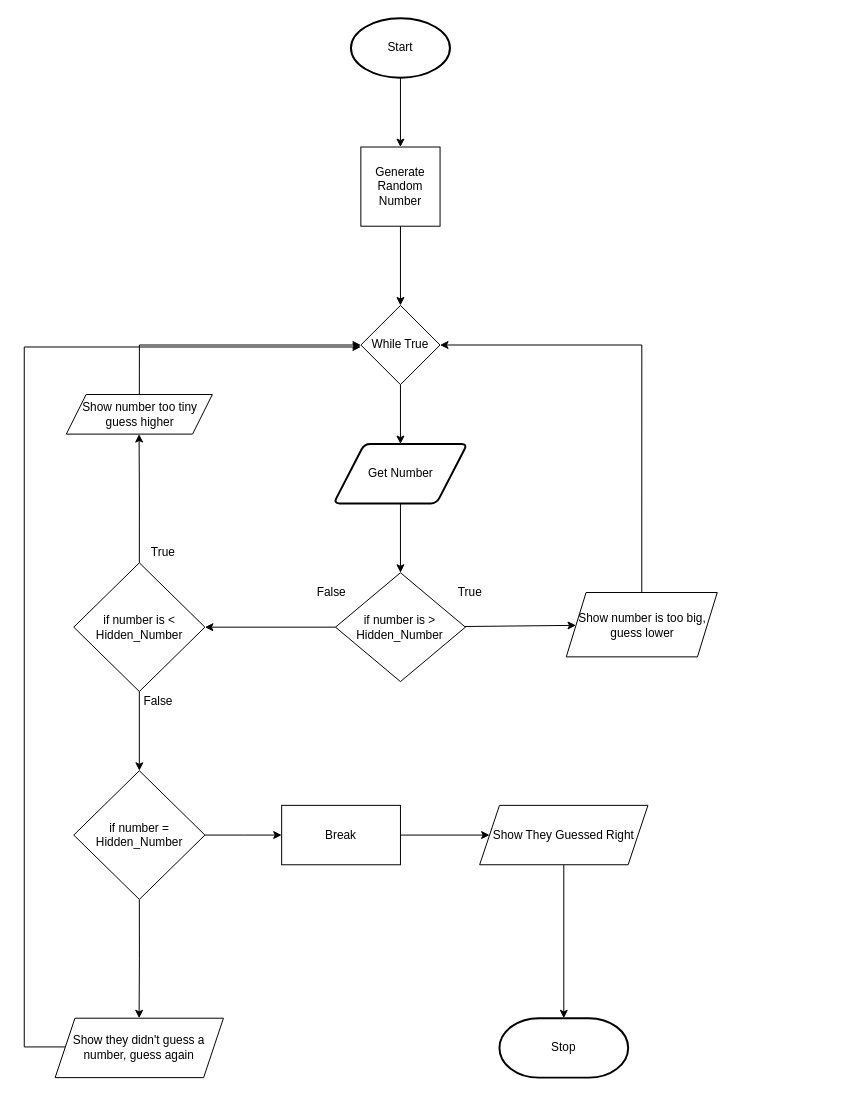
Earlier version of the draw.io diagram flowchart.drawio (Ethan-Prieur1/ICS3U-Unit4-04-Python). Source tidied: cells renumbered, new cells numbered last; positions are measured from the earlier drawing's top-left corner, leaving out a move shared by most shapes. Both pictures are drawn from the tidied source at 99%, with x=0, y=0 at pixel (24, 18).
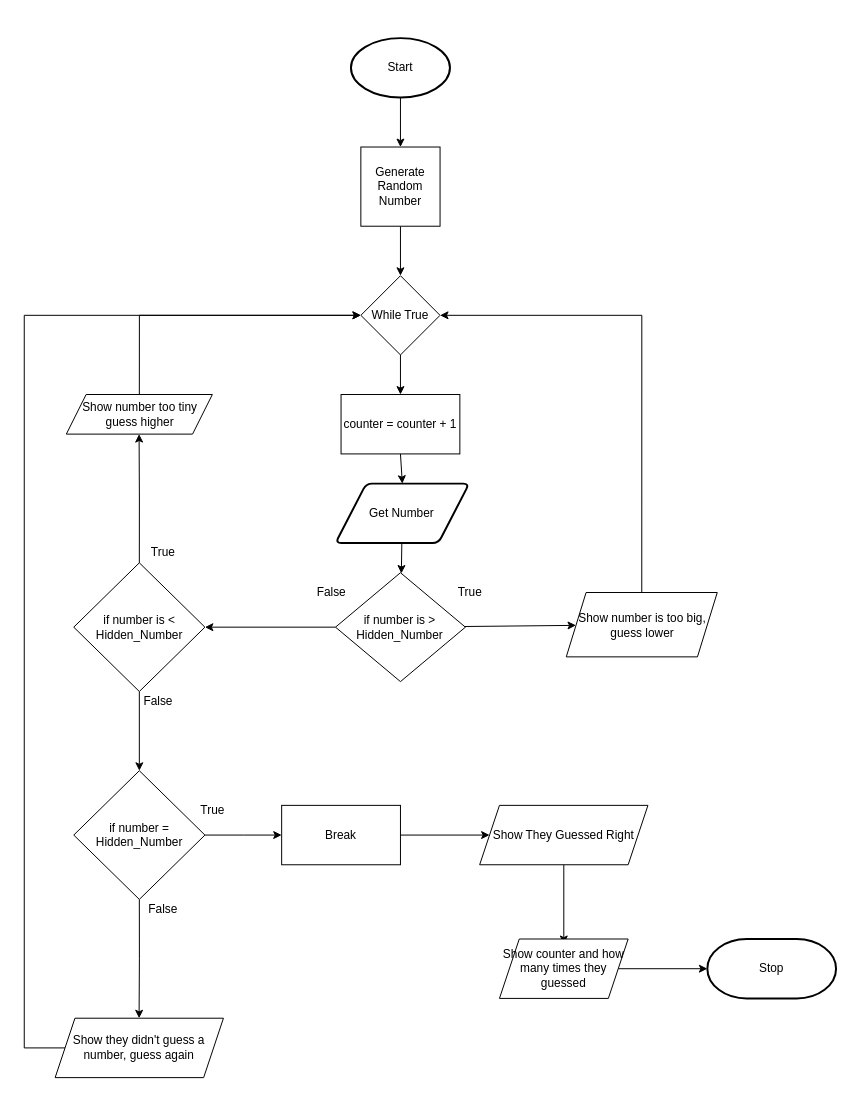
After the change.

Commit message (it also covers changes not shown here):
get me outta here

Unchanged cells that the change refers to:
```xml
<mxCell id="31" value="Show They Guessed Right" style="shape=parallelogram;perimeter=parallelogramPerimeter;whiteSpace=wrap;html=1;fixedSize=1;rounded=0;" parent="1" vertex="1">
  <mxGeometry x="460" y="795" width="170" height="60" as="geometry" />
</mxCell>
<mxCell id="33" value="Show they didn't guess a number, guess again" style="shape=parallelogram;perimeter=parallelogramPerimeter;whiteSpace=wrap;html=1;fixedSize=1;rounded=0;" parent="1" vertex="1">
  <mxGeometry x="31.2" y="1010" width="170" height="60" as="geometry" />
</mxCell>
```

Change to the diagram source:
```diff
@@
     <mxCell id="3" value="Start" style="strokeWidth=2;html=1;shape=mxgraph.flowchart.start_1;whiteSpace=wrap;" parent="1" vertex="1">
-      <mxGeometry x="330" width="100" height="60" as="geometry" />
+      <mxGeometry x="330" y="20" width="100" height="60" as="geometry" />
     </mxCell>
@@
     <mxCell id="5" value="Get Number" style="shape=parallelogram;html=1;strokeWidth=2;perimeter=parallelogramPerimeter;whiteSpace=wrap;rounded=1;arcSize=12;size=0.23;" parent="1" vertex="1">
-      <mxGeometry x="312.5" y="430" width="135" height="60" as="geometry" />
+      <mxGeometry x="314.4" y="470" width="135" height="60" as="geometry" />
     </mxCell>
     <mxCell id="6" value="Stop" style="strokeWidth=2;html=1;shape=mxgraph.flowchart.terminator;whiteSpace=wrap;" parent="1" vertex="1">
-      <mxGeometry x="480" y="1010" width="130" height="60" as="geometry" />
+      <mxGeometry x="690" y="930" width="130" height="60" as="geometry" />
     </mxCell>
@@
-    <mxCell id="12" style="edgeStyle=none;html=1;" parent="1" edge="1" source="13" target="5">
-      <mxGeometry relative="1" as="geometry" />
-    </mxCell>
+    <mxCell id="34" style="edgeStyle=none;html=1;exitX=0.5;exitY=1;exitDx=0;exitDy=0;entryX=0.5;entryY=0;entryDx=0;entryDy=0;" parent="1" edge="1" source="13" target="39">
+      <mxGeometry relative="1" as="geometry" />
+    </mxCell>
     <mxCell id="13" value="While True" style="rhombus;whiteSpace=wrap;html=1;" parent="1" vertex="1">
-      <mxGeometry x="340" y="290" width="80" height="80" as="geometry" />
+      <mxGeometry x="340" y="260" width="80" height="80" as="geometry" />
     </mxCell>
@@
-    <mxCell id="30" style="edgeStyle=orthogonalEdgeStyle;rounded=0;html=1;exitX=0.5;exitY=1;exitDx=0;exitDy=0;entryX=0.5;entryY=0;entryDx=0;entryDy=0;entryPerimeter=0;" parent="1" edge="1" source="31" target="6">
-      <mxGeometry relative="1" as="geometry" />
-    </mxCell>
+    <mxCell id="35" style="edgeStyle=none;html=1;" parent="1" edge="1" source="31">
+      <mxGeometry relative="1" as="geometry">
+        <mxPoint x="545" y="935" as="targetPoint" />
+      </mxGeometry>
+    </mxCell>
@@
-    <mxCell id="32" style="edgeStyle=orthogonalEdgeStyle;rounded=0;html=1;exitX=0;exitY=0.5;exitDx=0;exitDy=0;entryX=0;entryY=0.5;entryDx=0;entryDy=0;" parent="1" edge="1">
+    <mxCell id="32" style="edgeStyle=orthogonalEdgeStyle;rounded=0;html=1;exitX=0;exitY=0.5;exitDx=0;exitDy=0;entryX=0;entryY=0.5;entryDx=0;entryDy=0;" parent="1" edge="1" source="33">
       <mxGeometry relative="1" as="geometry">
-        <mxPoint x="41.2" y="1039" as="sourcePoint" />
-        <mxPoint x="340" y="332" as="targetPoint" />
+        <mxPoint x="340" y="300" as="targetPoint" />
         <Array as="points">
-          <mxPoint y="1039" />
-          <mxPoint y="332" />
+          <mxPoint y="1040" />
+          <mxPoint y="300" />
         </Array>
       </mxGeometry>
     </mxCell>
@@
+    <mxCell id="36" style="edgeStyle=none;html=1;entryX=0;entryY=0.5;entryDx=0;entryDy=0;entryPerimeter=0;" parent="1" edge="1" source="37" target="6">
+      <mxGeometry relative="1" as="geometry" />
+    </mxCell>
+    <mxCell id="37" value="Show counter and how many times they guessed" style="shape=parallelogram;perimeter=parallelogramPerimeter;whiteSpace=wrap;html=1;fixedSize=1;" parent="1" vertex="1">
+      <mxGeometry x="480" y="930" width="130" height="60" as="geometry" />
+    </mxCell>
+    <mxCell id="38" style="edgeStyle=none;html=1;exitX=0.5;exitY=1;exitDx=0;exitDy=0;entryX=0.5;entryY=0;entryDx=0;entryDy=0;" parent="1" edge="1" source="39" target="5">
+      <mxGeometry relative="1" as="geometry" />
+    </mxCell>
+    <mxCell id="39" value="counter = counter + 1" style="rounded=0;whiteSpace=wrap;html=1;" parent="1" vertex="1">
+      <mxGeometry x="320" y="380" width="120" height="60" as="geometry" />
+    </mxCell>
+    <mxCell id="40" value="True" style="text;html=1;align=center;verticalAlign=middle;strokeColor=none;fillColor=none;" parent="1" vertex="1">
+      <mxGeometry x="170" y="790" width="40" height="20" as="geometry" />
+    </mxCell>
+    <mxCell id="41" value="False" style="text;html=1;align=center;verticalAlign=middle;strokeColor=none;fillColor=none;" parent="1" vertex="1">
+      <mxGeometry x="115" y="890" width="50" height="20" as="geometry" />
+    </mxCell>
```
